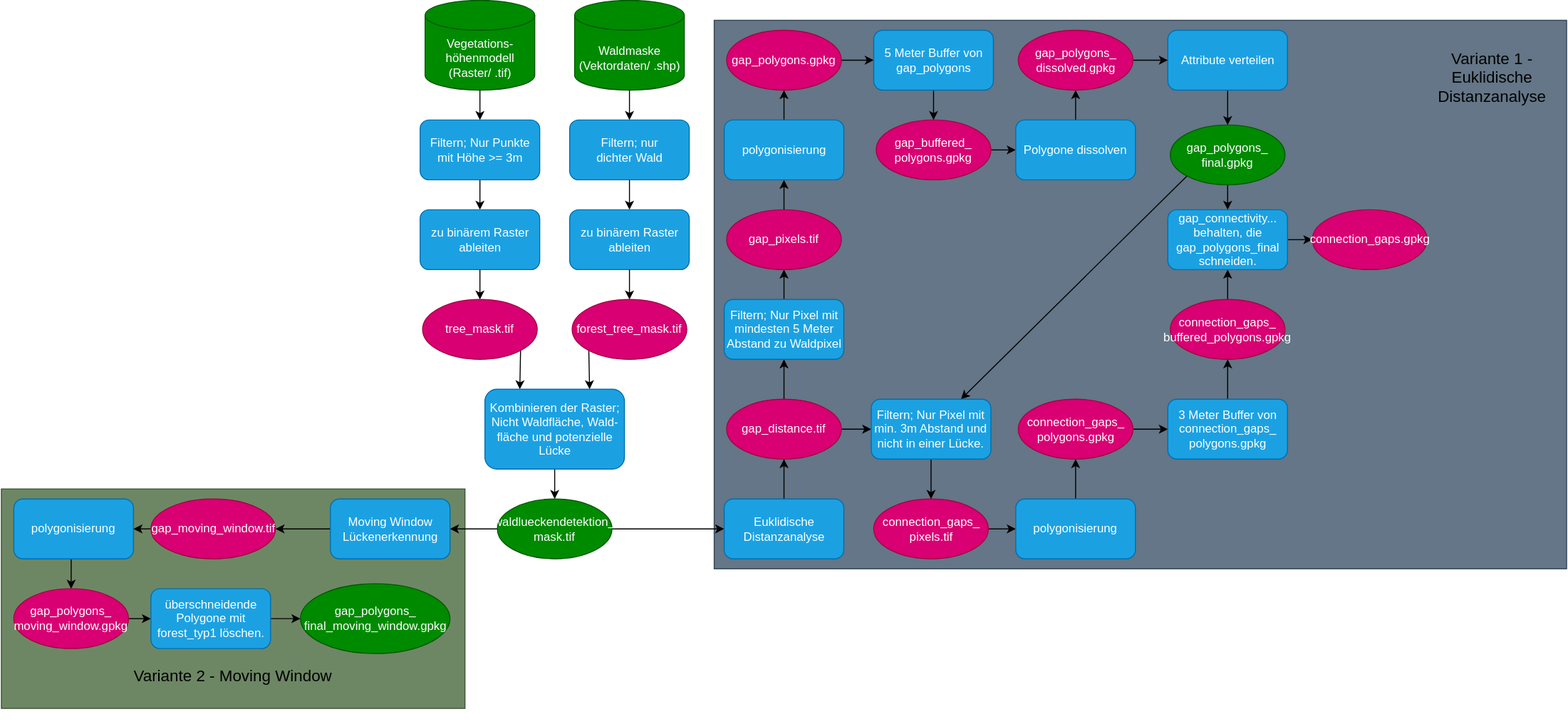
Before: Lueckendetektion.drawio.svg, a diagram exported from draw.io (liobio72/Lueckendetektion). Source tidied: cells renumbered, new cells last; positions are measured from the earlier drawing's top-left corner, leaving out a move shared by most shapes.
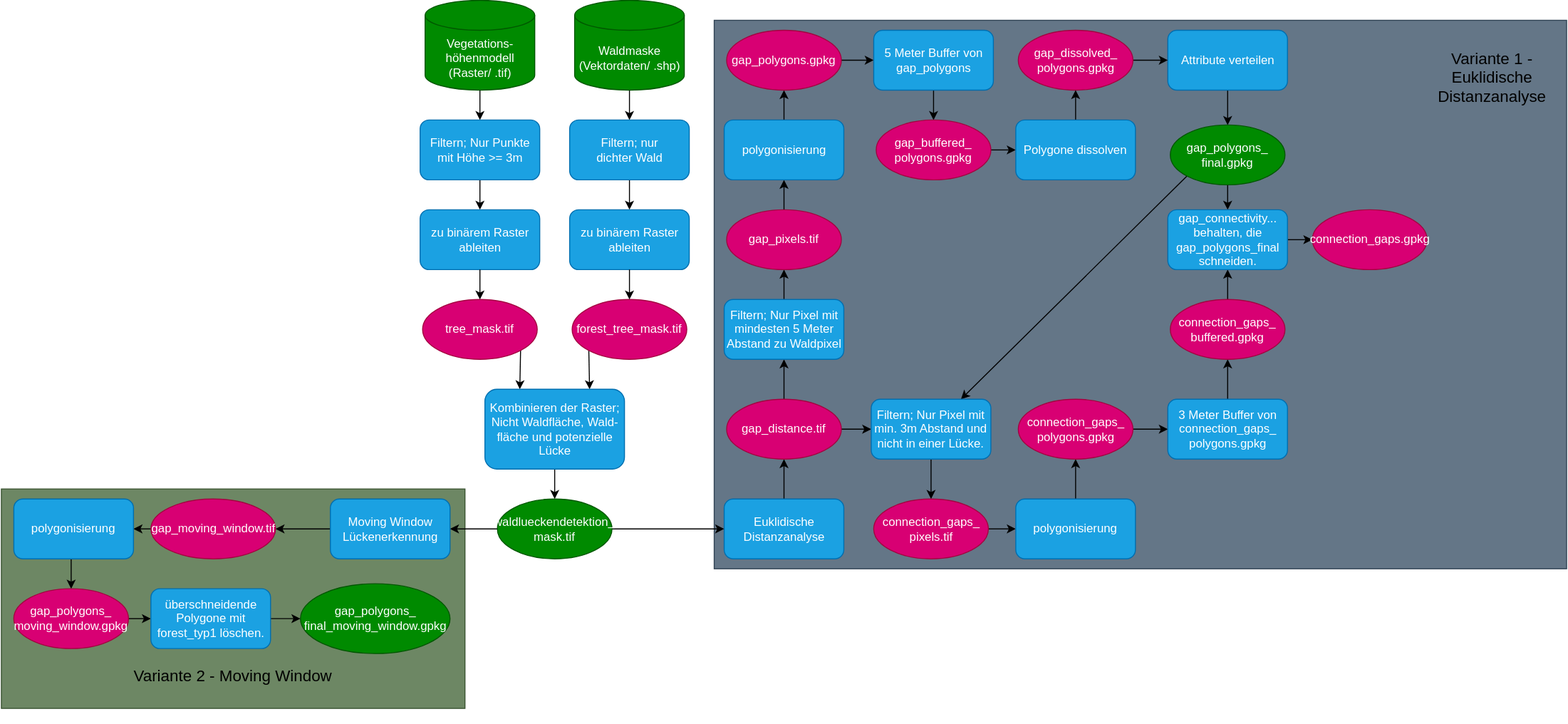
The same file after the commit.

Diff of the diagram source:
```diff
@@ -131,7 +131,7 @@
     <mxCell id="44" style="edgeStyle=orthogonalEdgeStyle;rounded=0;jettySize=auto;html=1;exitX=1;exitY=0.5;exitDx=0;exitDy=0;entryX=0;entryY=0.5;entryDx=0;entryDy=0;" parent="1" edge="1" source="45" target="43">
       <mxGeometry relative="1" as="geometry" />
     </mxCell>
-    <mxCell id="45" value="gap_polygons_&lt;div&gt;dissolved.gpkg&lt;/div&gt;" style="ellipse;whiteSpace=wrap;html=1;fillColor=#d80073;fontColor=#ffffff;strokeColor=#A50040;" parent="1" vertex="1">
+    <mxCell id="45" value="gap_&lt;span style=&quot;background-color: transparent; color: light-dark(rgb(255, 255, 255), rgb(18, 18, 18));&quot;&gt;dissolved_&lt;/span&gt;&lt;div&gt;&lt;span style=&quot;background-color: transparent; color: light-dark(rgb(255, 255, 255), rgb(18, 18, 18));&quot;&gt;polygons.gpkg&lt;/span&gt;&lt;/div&gt;" style="ellipse;whiteSpace=wrap;html=1;fillColor=#d80073;fontColor=#ffffff;strokeColor=#A50040;" parent="1" vertex="1">
       <mxGeometry x="1020" y="30" width="115" height="60" as="geometry" />
     </mxCell>
     <mxCell id="46" style="edgeStyle=orthogonalEdgeStyle;rounded=0;jettySize=auto;html=1;exitX=0.5;exitY=0;exitDx=0;exitDy=0;entryX=0.5;entryY=1;entryDx=0;entryDy=0;" parent="1" edge="1" source="47" target="45">
@@ -221,7 +221,7 @@
     <mxCell id="74" style="edgeStyle=orthogonalEdgeStyle;rounded=0;jettySize=auto;html=1;exitX=0.5;exitY=0;exitDx=0;exitDy=0;entryX=0.5;entryY=1;entryDx=0;entryDy=0;" parent="1" edge="1" source="75" target="77">
       <mxGeometry relative="1" as="geometry" />
     </mxCell>
-    <mxCell id="75" value="connection_gaps_&lt;div&gt;buffered_&lt;span style=&quot;background-color: transparent; color: light-dark(rgb(255, 255, 255), rgb(18, 18, 18));&quot;&gt;polygons.gpkg&lt;/span&gt;&lt;/div&gt;" style="ellipse;whiteSpace=wrap;html=1;fillColor=#d80073;fontColor=#ffffff;strokeColor=#A50040;" parent="1" vertex="1">
+    <mxCell id="75" value="connection_gaps_&lt;div&gt;buffered&lt;span style=&quot;background-color: transparent; color: light-dark(rgb(255, 255, 255), rgb(18, 18, 18));&quot;&gt;.gpkg&lt;/span&gt;&lt;/div&gt;" style="ellipse;whiteSpace=wrap;html=1;fillColor=#d80073;fontColor=#ffffff;strokeColor=#A50040;" parent="1" vertex="1">
       <mxGeometry x="1172.5" y="300" width="115" height="60" as="geometry" />
     </mxCell>
     <mxCell id="76" style="edgeStyle=orthogonalEdgeStyle;rounded=0;jettySize=auto;html=1;exitX=1;exitY=0.5;exitDx=0;exitDy=0;entryX=0;entryY=0.5;entryDx=0;entryDy=0;" parent="1" edge="1" source="77" target="78">
```
